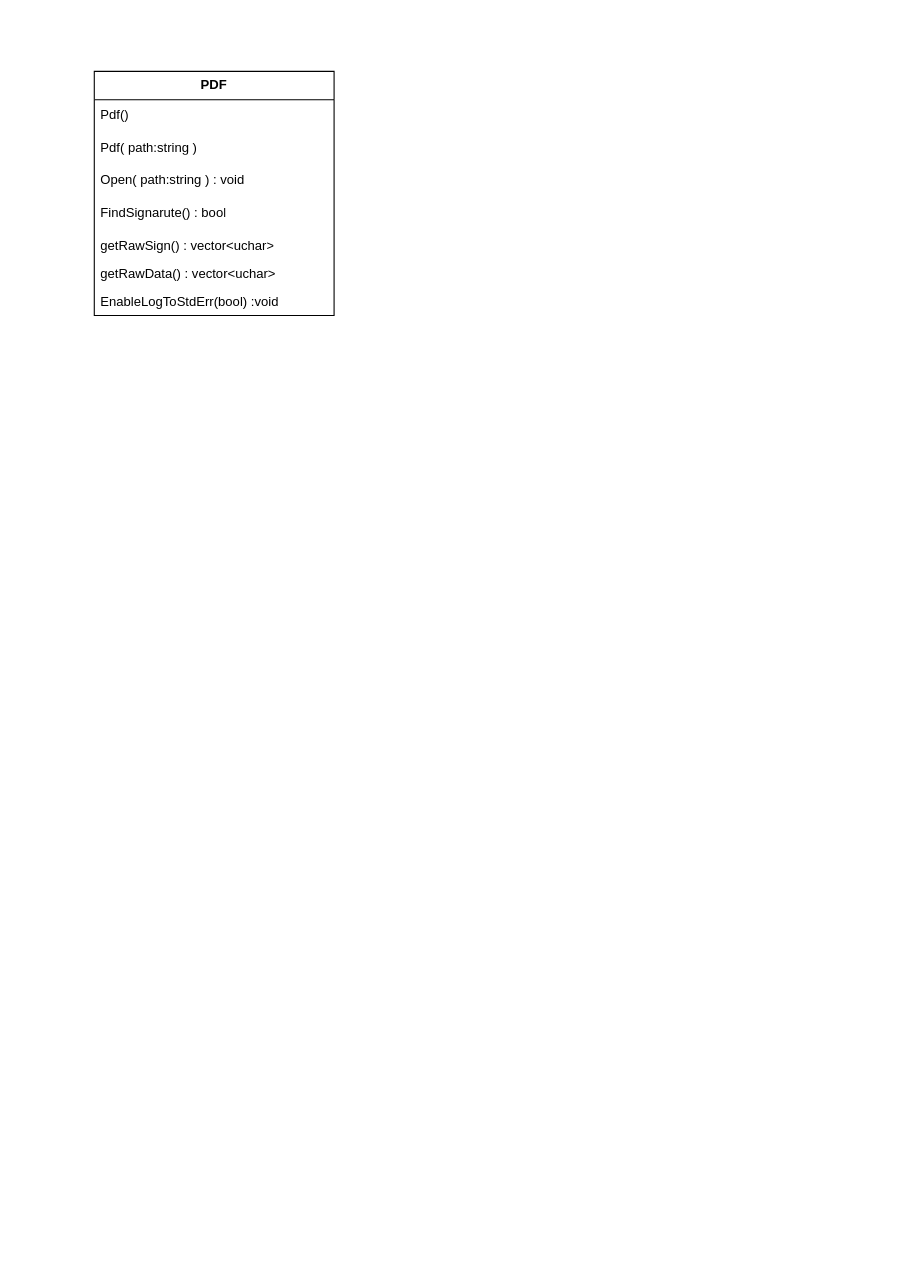
Above: page "PDF" (12 of 15) of basic_struct_draft.drawio in 3036662/pdf_scp (draw.io), before the change. Source tidied: cells renumbered, new cells numbered last; positions are measured from the earlier drawing's top-left corner, leaving out a move shared by most shapes. Both pictures are drawn from the tidied source at 109%, with x=0, y=0 at pixel (94, 71).
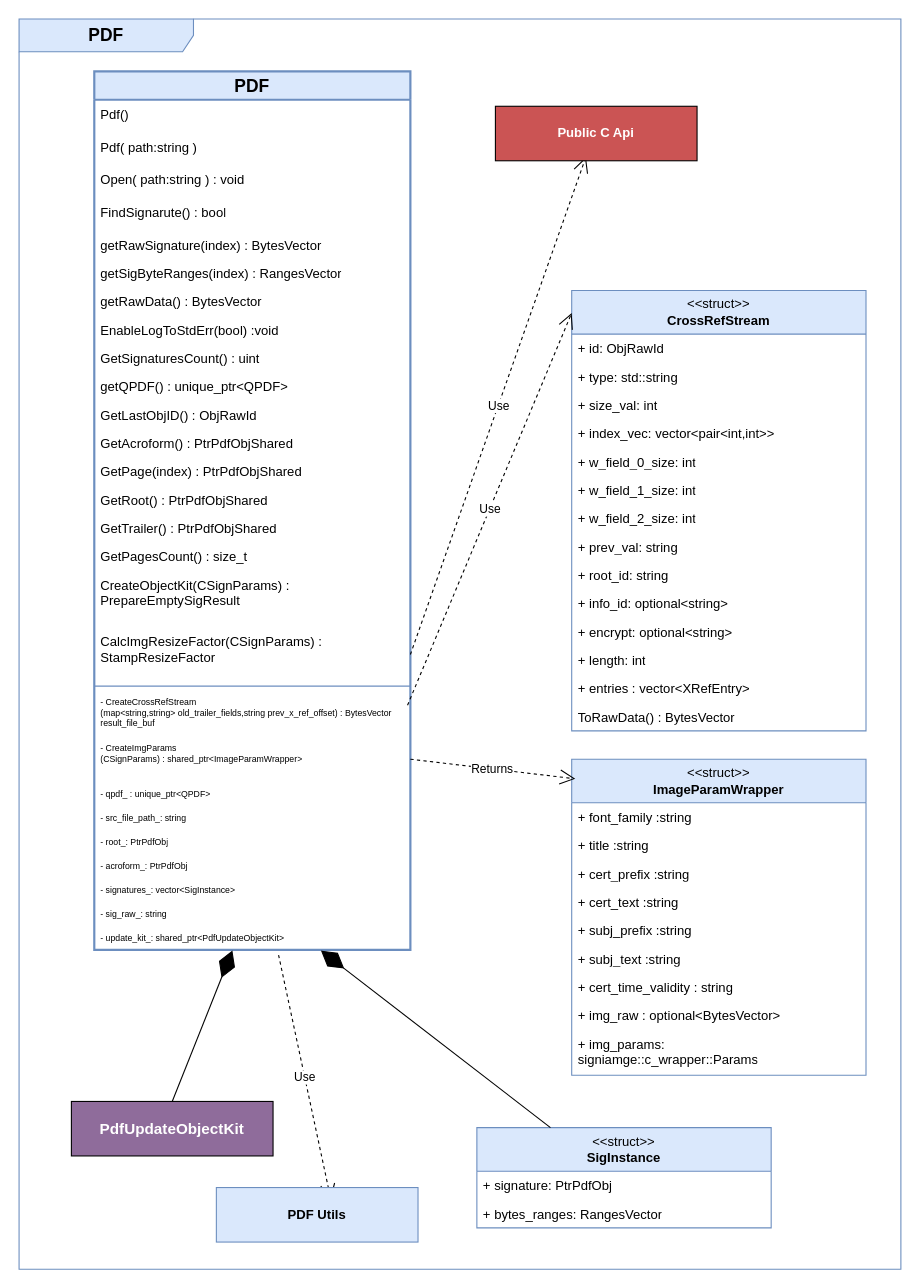
The same diagram, later.

Diff of the diagram source:
```diff
@@
-    <mxCell id="2" value="&lt;b&gt;PDF&lt;/b&gt;" style="swimlane;fontStyle=0;horizontal=1;startSize=26;fillColor=none;whiteSpace=wrap;html=1;" parent="1" vertex="1">
-      <mxGeometry width="220" height="224" as="geometry" />
+    <mxCell id="2" value="&lt;span&gt;PDF&lt;/span&gt;" style="swimlane;fontStyle=1;horizontal=1;startSize=26;fillColor=#dae8fc;whiteSpace=wrap;html=1;strokeColor=#6c8ebf;strokeWidth=2;fontSize=16;" parent="1" vertex="1">
+      <mxGeometry width="290" height="806" as="geometry" />
     </mxCell>
     <mxCell id="3" value="&lt;div&gt;Pdf()&lt;/div&gt;" style="text;strokeColor=none;fillColor=none;align=left;verticalAlign=top;spacingLeft=4;spacingRight=4;overflow=hidden;whiteSpace=wrap;html=1;rounded=0;" parent="2" vertex="1">
-      <mxGeometry y="26" width="220" height="30" as="geometry" />
+      <mxGeometry y="26" width="290" height="30" as="geometry" />
     </mxCell>
     <mxCell id="4" value="&lt;div&gt;Pdf( path:string )&lt;/div&gt;" style="text;strokeColor=none;fillColor=none;align=left;verticalAlign=top;spacingLeft=4;spacingRight=4;overflow=hidden;whiteSpace=wrap;html=1;rounded=0;" parent="2" vertex="1">
-      <mxGeometry y="56" width="220" height="30" as="geometry" />
+      <mxGeometry y="56" width="290" height="30" as="geometry" />
     </mxCell>
     <mxCell id="5" value="&lt;div&gt;Open( path:string ) : void&lt;/div&gt;" style="text;strokeColor=none;fillColor=none;align=left;verticalAlign=top;spacingLeft=4;spacingRight=4;overflow=hidden;whiteSpace=wrap;html=1;rounded=0;" parent="2" vertex="1">
-      <mxGeometry y="86" width="220" height="30" as="geometry" />
+      <mxGeometry y="86" width="290" height="30" as="geometry" />
     </mxCell>
     <mxCell id="6" value="&lt;div&gt;FindSignarute() : bool&lt;/div&gt;" style="text;strokeColor=none;fillColor=none;align=left;verticalAlign=top;spacingLeft=4;spacingRight=4;overflow=hidden;whiteSpace=wrap;html=1;rounded=0;" parent="2" vertex="1">
-      <mxGeometry y="116" width="220" height="30" as="geometry" />
+      <mxGeometry y="116" width="290" height="30" as="geometry" />
     </mxCell>
-    <mxCell id="7" value="getRawSign() : vector&amp;lt;uchar&amp;gt;" style="text;strokeColor=none;fillColor=none;align=left;verticalAlign=top;spacingLeft=4;spacingRight=4;overflow=hidden;whiteSpace=wrap;html=1;" parent="2" vertex="1">
-      <mxGeometry y="146" width="220" height="26" as="geometry" />
+    <mxCell id="7" value="getRawSignature(index) : BytesVector" style="text;strokeColor=none;fillColor=none;align=left;verticalAlign=top;spacingLeft=4;spacingRight=4;overflow=hidden;whiteSpace=wrap;html=1;" parent="2" vertex="1">
+      <mxGeometry y="146" width="290" height="26" as="geometry" />
     </mxCell>
+    <mxCell id="10" value="getSigByteRanges(index) : RangesVector" style="text;strokeColor=none;fillColor=none;align=left;verticalAlign=top;spacingLeft=4;spacingRight=4;overflow=hidden;whiteSpace=wrap;html=1;" parent="2" vertex="1">
+      <mxGeometry y="172" width="290" height="26" as="geometry" />
+    </mxCell>
-    <mxCell id="8" value="&lt;div&gt;getRawData() : vector&amp;lt;uchar&amp;gt;&lt;/div&gt;" style="text;strokeColor=none;fillColor=none;align=left;verticalAlign=top;spacingLeft=4;spacingRight=4;overflow=hidden;whiteSpace=wrap;html=1;" parent="2" vertex="1">
-      <mxGeometry y="172" width="220" height="26" as="geometry" />
+    <mxCell id="8" value="&lt;div&gt;getRawData() : BytesVector&lt;/div&gt;" style="text;strokeColor=none;fillColor=none;align=left;verticalAlign=top;spacingLeft=4;spacingRight=4;overflow=hidden;whiteSpace=wrap;html=1;" parent="2" vertex="1">
+      <mxGeometry y="198" width="290" height="26" as="geometry" />
     </mxCell>
     <mxCell id="9" value="EnableLogToStdErr(bool) :void" style="text;strokeColor=none;fillColor=none;align=left;verticalAlign=top;spacingLeft=4;spacingRight=4;overflow=hidden;whiteSpace=wrap;html=1;" parent="2" vertex="1">
-      <mxGeometry y="198" width="220" height="26" as="geometry" />
+      <mxGeometry y="224" width="290" height="26" as="geometry" />
     </mxCell>
+    <mxCell id="11" value="GetSignaturesCount() : uint" style="text;strokeColor=none;fillColor=none;align=left;verticalAlign=top;spacingLeft=4;spacingRight=4;overflow=hidden;whiteSpace=wrap;html=1;" parent="2" vertex="1">
+      <mxGeometry y="250" width="290" height="26" as="geometry" />
+    </mxCell>
+    <mxCell id="12" value="getQPDF() : unique_ptr&amp;lt;QPDF&amp;gt;" style="text;strokeColor=none;fillColor=none;align=left;verticalAlign=top;spacingLeft=4;spacingRight=4;overflow=hidden;whiteSpace=wrap;html=1;" parent="2" vertex="1">
+      <mxGeometry y="276" width="290" height="26" as="geometry" />
+    </mxCell>
+    <mxCell id="13" value="GetLastObjID() : ObjRawId" style="text;strokeColor=none;fillColor=none;align=left;verticalAlign=top;spacingLeft=4;spacingRight=4;overflow=hidden;whiteSpace=wrap;html=1;" parent="2" vertex="1">
+      <mxGeometry y="302" width="290" height="26" as="geometry" />
+    </mxCell>
+    <mxCell id="14" value="GetAcroform() : PtrPdfObjShared" style="text;strokeColor=none;fillColor=none;align=left;verticalAlign=top;spacingLeft=4;spacingRight=4;overflow=hidden;whiteSpace=wrap;html=1;" parent="2" vertex="1">
+      <mxGeometry y="328" width="290" height="26" as="geometry" />
+    </mxCell>
+    <mxCell id="15" value="GetPage(index) : PtrPdfObjShared" style="text;strokeColor=none;fillColor=none;align=left;verticalAlign=top;spacingLeft=4;spacingRight=4;overflow=hidden;whiteSpace=wrap;html=1;" parent="2" vertex="1">
+      <mxGeometry y="354" width="290" height="26" as="geometry" />
+    </mxCell>
+    <mxCell id="16" value="GetRoot() : PtrPdfObjShared" style="text;strokeColor=none;fillColor=none;align=left;verticalAlign=top;spacingLeft=4;spacingRight=4;overflow=hidden;whiteSpace=wrap;html=1;" parent="2" vertex="1">
+      <mxGeometry y="380" width="290" height="26" as="geometry" />
+    </mxCell>
+    <mxCell id="17" value="GetTrailer() : PtrPdfObjShared" style="text;strokeColor=none;fillColor=none;align=left;verticalAlign=top;spacingLeft=4;spacingRight=4;overflow=hidden;whiteSpace=wrap;html=1;" parent="2" vertex="1">
+      <mxGeometry y="406" width="290" height="26" as="geometry" />
+    </mxCell>
+    <mxCell id="18" value="GetPagesCount() : size_t" style="text;strokeColor=none;fillColor=none;align=left;verticalAlign=top;spacingLeft=4;spacingRight=4;overflow=hidden;whiteSpace=wrap;html=1;" parent="2" vertex="1">
+      <mxGeometry y="432" width="290" height="26" as="geometry" />
+    </mxCell>
+    <mxCell id="19" value="CreateObjectKit(CSignParams) : PrepareEmptySigResult" style="text;strokeColor=none;fillColor=none;align=left;verticalAlign=top;spacingLeft=4;spacingRight=4;overflow=hidden;whiteSpace=wrap;html=1;" parent="2" vertex="1">
+      <mxGeometry y="458" width="290" height="52" as="geometry" />
+    </mxCell>
+    <mxCell id="20" value="CalcImgResizeFactor(CSignParams) : StampResizeFactor" style="text;strokeColor=none;fillColor=none;align=left;verticalAlign=top;spacingLeft=4;spacingRight=4;overflow=hidden;points=[[0,0.5],[1,0.5]];portConstraint=eastwest;whiteSpace=wrap;html=1;" parent="2" vertex="1">
+      <mxGeometry y="510" width="290" height="50" as="geometry" />
+    </mxCell>
+    <mxCell id="21" style="line;strokeWidth=1;fillColor=none;align=left;verticalAlign=middle;spacingTop=-1;spacingLeft=3;spacingRight=3;labelPosition=right;strokeColor=inherit;" parent="2" vertex="1">
+      <mxGeometry y="560" width="290" height="8" as="geometry" />
+    </mxCell>
+    <mxCell id="22" value="- CreateCrossRefStream&lt;br&gt; (map&amp;lt;string,string&amp;gt; old_trailer_fields,string prev_x_ref_offset) : BytesVector result_file_buf" style="text;strokeColor=none;fillColor=none;align=left;verticalAlign=top;spacingLeft=4;spacingRight=4;overflow=hidden;points=[[0,0.5],[1,0.5]];portConstraint=eastwest;whiteSpace=wrap;html=1;fontSize=8;" parent="2" vertex="1">
+      <mxGeometry y="568" width="290" height="42" as="geometry" />
+    </mxCell>
+    <mxCell id="23" value="- CreateImgParams&lt;br&gt; (CSignParams) : shared_ptr&amp;lt;ImageParamWrapper&amp;gt;" style="text;strokeColor=none;fillColor=none;align=left;verticalAlign=top;spacingLeft=4;spacingRight=4;overflow=hidden;points=[[0,0.5],[1,0.5]];portConstraint=eastwest;whiteSpace=wrap;html=1;fontSize=8;" parent="2" vertex="1">
+      <mxGeometry y="610" width="290" height="42" as="geometry" />
+    </mxCell>
+    <mxCell id="24" value="&lt;div&gt;- qpdf_ : unique_ptr&amp;lt;QPDF&amp;gt;&lt;/div&gt;" style="text;strokeColor=none;fillColor=none;align=left;verticalAlign=top;spacingLeft=4;spacingRight=4;overflow=hidden;whiteSpace=wrap;html=1;fontSize=8;" parent="2" vertex="1">
+      <mxGeometry y="652" width="290" height="22" as="geometry" />
+    </mxCell>
+    <mxCell id="25" value="&lt;div&gt;- src_file_path_: string&lt;/div&gt;" style="text;strokeColor=none;fillColor=none;align=left;verticalAlign=top;spacingLeft=4;spacingRight=4;overflow=hidden;whiteSpace=wrap;html=1;fontSize=8;" parent="2" vertex="1">
+      <mxGeometry y="674" width="290" height="22" as="geometry" />
+    </mxCell>
+    <mxCell id="26" value="&lt;div&gt;- root_: PtrPdfObj&lt;/div&gt;" style="text;strokeColor=none;fillColor=none;align=left;verticalAlign=top;spacingLeft=4;spacingRight=4;overflow=hidden;whiteSpace=wrap;html=1;fontSize=8;" parent="2" vertex="1">
+      <mxGeometry y="696" width="290" height="22" as="geometry" />
+    </mxCell>
+    <mxCell id="27" value="&lt;div&gt;- acroform_: PtrPdfObj&lt;/div&gt;" style="text;strokeColor=none;fillColor=none;align=left;verticalAlign=top;spacingLeft=4;spacingRight=4;overflow=hidden;whiteSpace=wrap;html=1;fontSize=8;" parent="2" vertex="1">
+      <mxGeometry y="718" width="290" height="22" as="geometry" />
+    </mxCell>
+    <mxCell id="28" value="&lt;div&gt;- signatures_: vector&amp;lt;SigInstance&amp;gt;&lt;/div&gt;" style="text;strokeColor=none;fillColor=none;align=left;verticalAlign=top;spacingLeft=4;spacingRight=4;overflow=hidden;whiteSpace=wrap;html=1;fontSize=8;" parent="2" vertex="1">
+      <mxGeometry y="740" width="290" height="22" as="geometry" />
+    </mxCell>
+    <mxCell id="29" value="&lt;div&gt;- sig_raw_: string&lt;/div&gt;" style="text;strokeColor=none;fillColor=none;align=left;verticalAlign=top;spacingLeft=4;spacingRight=4;overflow=hidden;whiteSpace=wrap;html=1;fontSize=8;" parent="2" vertex="1">
+      <mxGeometry y="762" width="290" height="22" as="geometry" />
+    </mxCell>
+    <mxCell id="30" value="&lt;div&gt;- update_kit_: shared_ptr&amp;lt;PdfUpdateObjectKit&amp;gt;&lt;/div&gt;" style="text;strokeColor=none;fillColor=none;align=left;verticalAlign=top;spacingLeft=4;spacingRight=4;overflow=hidden;points=[[0,0.5],[1,0.5]];portConstraint=eastwest;whiteSpace=wrap;html=1;fontSize=8;" parent="2" vertex="1">
+      <mxGeometry y="784" width="290" height="22" as="geometry" />
+    </mxCell>
+    <mxCell id="31" value="&lt;div&gt;&amp;lt;&amp;lt;struct&amp;gt;&amp;gt;&lt;b&gt;&lt;br&gt;&lt;/b&gt;&lt;/div&gt;&lt;div&gt;&lt;b&gt;ImageParamWrapper&lt;/b&gt;&lt;/div&gt;" style="swimlane;fontStyle=0;horizontal=1;startSize=40;fillColor=#dae8fc;whiteSpace=wrap;html=1;strokeColor=#6c8ebf;" parent="1" vertex="1">
+      <mxGeometry x="438" y="631" width="270" height="290" as="geometry" />
+    </mxCell>
+    <mxCell id="32" value="+ font_family :string" style="text;strokeColor=none;fillColor=none;align=left;verticalAlign=top;spacingLeft=4;spacingRight=4;overflow=hidden;whiteSpace=wrap;html=1;" parent="31" vertex="1">
+      <mxGeometry y="40" width="270" height="26" as="geometry" />
+    </mxCell>
+    <mxCell id="33" value="+ title :string" style="text;strokeColor=none;fillColor=none;align=left;verticalAlign=top;spacingLeft=4;spacingRight=4;overflow=hidden;whiteSpace=wrap;html=1;" parent="31" vertex="1">
+      <mxGeometry y="66" width="270" height="26" as="geometry" />
+    </mxCell>
+    <mxCell id="34" value="+ cert_prefix :string" style="text;strokeColor=none;fillColor=none;align=left;verticalAlign=top;spacingLeft=4;spacingRight=4;overflow=hidden;whiteSpace=wrap;html=1;" parent="31" vertex="1">
+      <mxGeometry y="92" width="270" height="26" as="geometry" />
+    </mxCell>
+    <mxCell id="35" value="+ cert_text :string" style="text;strokeColor=none;fillColor=none;align=left;verticalAlign=top;spacingLeft=4;spacingRight=4;overflow=hidden;whiteSpace=wrap;html=1;" parent="31" vertex="1">
+      <mxGeometry y="118" width="270" height="26" as="geometry" />
+    </mxCell>
+    <mxCell id="36" value="+ subj_prefix :string" style="text;strokeColor=none;fillColor=none;align=left;verticalAlign=top;spacingLeft=4;spacingRight=4;overflow=hidden;whiteSpace=wrap;html=1;" parent="31" vertex="1">
+      <mxGeometry y="144" width="270" height="26" as="geometry" />
+    </mxCell>
+    <mxCell id="37" value="+ subj_text :string" style="text;strokeColor=none;fillColor=none;align=left;verticalAlign=top;spacingLeft=4;spacingRight=4;overflow=hidden;whiteSpace=wrap;html=1;" parent="31" vertex="1">
+      <mxGeometry y="170" width="270" height="26" as="geometry" />
+    </mxCell>
+    <mxCell id="38" value="+ cert_time_validity : string" style="text;strokeColor=none;fillColor=none;align=left;verticalAlign=top;spacingLeft=4;spacingRight=4;overflow=hidden;whiteSpace=wrap;html=1;" parent="31" vertex="1">
+      <mxGeometry y="196" width="270" height="26" as="geometry" />
+    </mxCell>
+    <mxCell id="39" value="+ img_raw : optional&amp;lt;BytesVector&amp;gt;" style="text;strokeColor=none;fillColor=none;align=left;verticalAlign=top;spacingLeft=4;spacingRight=4;overflow=hidden;whiteSpace=wrap;html=1;" parent="31" vertex="1">
+      <mxGeometry y="222" width="270" height="26" as="geometry" />
+    </mxCell>
+    <mxCell id="40" value="&lt;div&gt;+ img_params:&lt;/div&gt;&lt;div&gt;signiamge::c_wrapper::Params&lt;/div&gt;" style="text;strokeColor=none;fillColor=none;align=left;verticalAlign=top;spacingLeft=4;spacingRight=4;overflow=hidden;whiteSpace=wrap;html=1;" parent="31" vertex="1">
+      <mxGeometry y="248" width="270" height="42" as="geometry" />
+    </mxCell>
+    <mxCell id="41" value="&amp;lt;&amp;lt;struct&amp;gt;&amp;gt;&lt;b&gt;&lt;br&gt;CrossRefStream&lt;/b&gt;" style="swimlane;fontStyle=0;horizontal=1;startSize=40;fillColor=#dae8fc;whiteSpace=wrap;html=1;strokeColor=#6c8ebf;" parent="1" vertex="1">
+      <mxGeometry x="438" y="201" width="270" height="404" as="geometry" />
+    </mxCell>
+    <mxCell id="42" value="+ id: ObjRawId" style="text;strokeColor=none;fillColor=none;align=left;verticalAlign=top;spacingLeft=4;spacingRight=4;overflow=hidden;whiteSpace=wrap;html=1;" parent="41" vertex="1">
+      <mxGeometry y="40" width="270" height="26" as="geometry" />
+    </mxCell>
+    <mxCell id="43" value="+ type: std::string" style="text;strokeColor=none;fillColor=none;align=left;verticalAlign=top;spacingLeft=4;spacingRight=4;overflow=hidden;whiteSpace=wrap;html=1;" parent="41" vertex="1">
+      <mxGeometry y="66" width="270" height="26" as="geometry" />
+    </mxCell>
+    <mxCell id="44" value="+ size_val: int" style="text;strokeColor=none;fillColor=none;align=left;verticalAlign=top;spacingLeft=4;spacingRight=4;overflow=hidden;whiteSpace=wrap;html=1;" parent="41" vertex="1">
+      <mxGeometry y="92" width="270" height="26" as="geometry" />
+    </mxCell>
+    <mxCell id="45" value="+ index_vec: vector&amp;lt;pair&amp;lt;int,int&amp;gt;&amp;gt;" style="text;strokeColor=none;fillColor=none;align=left;verticalAlign=top;spacingLeft=4;spacingRight=4;overflow=hidden;whiteSpace=wrap;html=1;" parent="41" vertex="1">
+      <mxGeometry y="118" width="270" height="26" as="geometry" />
+    </mxCell>
+    <mxCell id="46" value="+ w_field_0_size: int" style="text;strokeColor=none;fillColor=none;align=left;verticalAlign=top;spacingLeft=4;spacingRight=4;overflow=hidden;whiteSpace=wrap;html=1;" parent="41" vertex="1">
+      <mxGeometry y="144" width="270" height="26" as="geometry" />
+    </mxCell>
+    <mxCell id="47" value="+ w_field_1_size: int" style="text;strokeColor=none;fillColor=none;align=left;verticalAlign=top;spacingLeft=4;spacingRight=4;overflow=hidden;whiteSpace=wrap;html=1;" parent="41" vertex="1">
+      <mxGeometry y="170" width="270" height="26" as="geometry" />
+    </mxCell>
+    <mxCell id="48" value="+ w_field_2_size: int" style="text;strokeColor=none;fillColor=none;align=left;verticalAlign=top;spacingLeft=4;spacingRight=4;overflow=hidden;whiteSpace=wrap;html=1;" parent="41" vertex="1">
+      <mxGeometry y="196" width="270" height="26" as="geometry" />
+    </mxCell>
+    <mxCell id="49" value="+ prev_val: string" style="text;strokeColor=none;fillColor=none;align=left;verticalAlign=top;spacingLeft=4;spacingRight=4;overflow=hidden;whiteSpace=wrap;html=1;" parent="41" vertex="1">
+      <mxGeometry y="222" width="270" height="26" as="geometry" />
+    </mxCell>
+    <mxCell id="50" value="+ root_id: string" style="text;strokeColor=none;fillColor=none;align=left;verticalAlign=top;spacingLeft=4;spacingRight=4;overflow=hidden;whiteSpace=wrap;html=1;" parent="41" vertex="1">
+      <mxGeometry y="248" width="270" height="26" as="geometry" />
+    </mxCell>
+    <mxCell id="51" value="+ info_id: optional&amp;lt;string&amp;gt;" style="text;strokeColor=none;fillColor=none;align=left;verticalAlign=top;spacingLeft=4;spacingRight=4;overflow=hidden;whiteSpace=wrap;html=1;" parent="41" vertex="1">
+      <mxGeometry y="274" width="270" height="26" as="geometry" />
+    </mxCell>
+    <mxCell id="52" value="+ encrypt: optional&amp;lt;string&amp;gt;" style="text;strokeColor=none;fillColor=none;align=left;verticalAlign=top;spacingLeft=4;spacingRight=4;overflow=hidden;whiteSpace=wrap;html=1;" parent="41" vertex="1">
+      <mxGeometry y="300" width="270" height="26" as="geometry" />
+    </mxCell>
+    <mxCell id="53" value="+ length: int" style="text;strokeColor=none;fillColor=none;align=left;verticalAlign=top;spacingLeft=4;spacingRight=4;overflow=hidden;whiteSpace=wrap;html=1;" parent="41" vertex="1">
+      <mxGeometry y="326" width="270" height="26" as="geometry" />
+    </mxCell>
+    <mxCell id="54" value="+ entries : vector&amp;lt;XRefEntry&amp;gt;" style="text;strokeColor=none;fillColor=none;align=left;verticalAlign=top;spacingLeft=4;spacingRight=4;overflow=hidden;whiteSpace=wrap;html=1;" parent="41" vertex="1">
+      <mxGeometry y="352" width="270" height="26" as="geometry" />
+    </mxCell>
+    <mxCell id="55" value="ToRawData() : BytesVector" style="text;strokeColor=none;fillColor=none;align=left;verticalAlign=top;spacingLeft=4;spacingRight=4;overflow=hidden;whiteSpace=wrap;html=1;" parent="41" vertex="1">
+      <mxGeometry y="378" width="270" height="26" as="geometry" />
+    </mxCell>
+    <mxCell id="56" value="&lt;div&gt;&amp;lt;&amp;lt;struct&amp;gt;&amp;gt;&lt;b&gt;&lt;br&gt;&lt;/b&gt;&lt;/div&gt;&lt;div&gt;&lt;b&gt;SigInstance&lt;/b&gt;&lt;/div&gt;" style="swimlane;fontStyle=0;horizontal=1;startSize=40;fillColor=#dae8fc;whiteSpace=wrap;html=1;strokeColor=#6c8ebf;" parent="1" vertex="1">
+      <mxGeometry x="351" y="969" width="270" height="92" as="geometry" />
+    </mxCell>
+    <mxCell id="57" value="+ signature: PtrPdfObj" style="text;strokeColor=none;fillColor=none;align=left;verticalAlign=top;spacingLeft=4;spacingRight=4;overflow=hidden;whiteSpace=wrap;html=1;" parent="56" vertex="1">
+      <mxGeometry y="40" width="270" height="26" as="geometry" />
+    </mxCell>
+    <mxCell id="58" value="+ bytes_ranges: RangesVector" style="text;strokeColor=none;fillColor=none;align=left;verticalAlign=top;spacingLeft=4;spacingRight=4;overflow=hidden;whiteSpace=wrap;html=1;" parent="56" vertex="1">
+      <mxGeometry y="66" width="270" height="26" as="geometry" />
+    </mxCell>
+    <mxCell id="59" style="endArrow=diamondThin;endFill=1;endSize=24;html=1;rounded=0;exitX=0.25;exitY=0;exitDx=0;exitDy=0;entryX=0.717;entryY=1.027;entryDx=0;entryDy=0;entryPerimeter=0;" parent="1" edge="1" source="56" target="30">
+      <mxGeometry relative="1" as="geometry" />
+    </mxCell>
+    <mxCell id="60" style="endArrow=diamondThin;endFill=1;endSize=24;html=1;rounded=0;entryX=0.437;entryY=1.024;entryDx=0;entryDy=0;entryPerimeter=0;exitX=0.5;exitY=0;exitDx=0;exitDy=0;" parent="1" edge="1" source="65" target="30">
+      <mxGeometry relative="1" as="geometry" />
+    </mxCell>
+    <mxCell id="61" value="Use" style="endArrow=open;endSize=12;dashed=1;html=1;rounded=0;entryX=0;entryY=0.051;entryDx=0;entryDy=0;entryPerimeter=0;exitX=0.991;exitY=0.321;exitDx=0;exitDy=0;exitPerimeter=0;" parent="1" edge="1" source="22" target="41">
+      <mxGeometry relative="1" as="geometry" />
+    </mxCell>
+    <mxCell id="62" value="Returns" style="endArrow=open;endSize=12;dashed=1;html=1;rounded=0;exitX=1;exitY=0.5;exitDx=0;exitDy=0;entryX=0.012;entryY=0.062;entryDx=0;entryDy=0;entryPerimeter=0;" parent="1" edge="1" source="23" target="31">
+      <mxGeometry relative="1" as="geometry" />
+    </mxCell>
+    <mxCell id="63" value="Use" style="endArrow=open;endSize=12;dashed=1;html=1;rounded=0;exitX=1;exitY=0.5;exitDx=0;exitDy=0;entryX=0.449;entryY=0.929;entryDx=0;entryDy=0;entryPerimeter=0;" parent="1" edge="1" source="20" target="66">
+      <mxGeometry relative="1" as="geometry" />
+    </mxCell>
+    <mxCell id="64" value="Use" style="endArrow=open;endSize=12;dashed=1;html=1;rounded=0;exitX=0.583;exitY=1.212;exitDx=0;exitDy=0;exitPerimeter=0;entryX=0.568;entryY=0.22;entryDx=0;entryDy=0;entryPerimeter=0;" parent="1" edge="1" source="30" target="67">
+      <mxGeometry relative="1" as="geometry" />
+    </mxCell>
+    <mxCell id="65" value="&lt;b&gt;&lt;span style=&quot;color: rgb(255, 255, 255);&quot;&gt;&lt;font style=&quot;font-size: 14px;&quot;&gt;PdfUpdateObjectKit&lt;/font&gt;&lt;/span&gt;&lt;/b&gt;" style="html=1;whiteSpace=wrap;fillColor=#8F6C9B;" parent="1" vertex="1">
+      <mxGeometry x="-21" y="945" width="185" height="50" as="geometry" />
+    </mxCell>
+    <mxCell id="66" value="&lt;b&gt;Public C Api&lt;/b&gt;" style="html=1;whiteSpace=wrap;fillColor=#CB5454;fontColor=#FFFFFF;" parent="1" vertex="1">
+      <mxGeometry x="368" y="32" width="185" height="50" as="geometry" />
+    </mxCell>
+    <mxCell id="67" value="&lt;b&gt;PDF Utils&lt;/b&gt;" style="html=1;whiteSpace=wrap;fillColor=#dae8fc;strokeColor=#6c8ebf;" parent="1" vertex="1">
+      <mxGeometry x="112" y="1024" width="185" height="50" as="geometry" />
+    </mxCell>
+    <mxCell id="68" value="&lt;b&gt;&lt;font style=&quot;font-size: 16px;&quot;&gt;PDF&lt;/font&gt;&lt;/b&gt;" style="shape=umlFrame;whiteSpace=wrap;html=1;width=160;fillColor=#dae8fc;strokeColor=#6c8ebf;" parent="1" vertex="1">
+      <mxGeometry x="-69" y="-48" width="809" height="1147" as="geometry" />
+    </mxCell>
```
